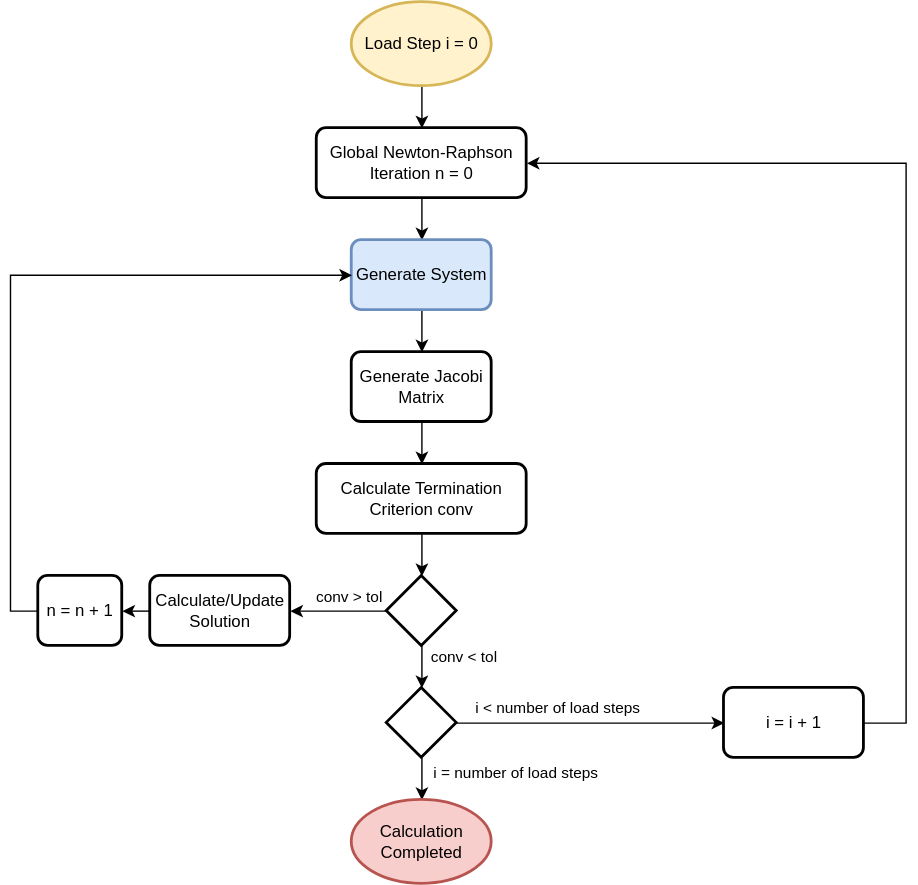
Earlier version of the draw.io export images/workflow_FEA.svg (ttz-emo/ElastoPlasticity-IsotropicHardening). Source tidied: cells renumbered, new cells last; positions are measured from the earlier drawing's top-left corner, leaving out a move shared by most shapes.
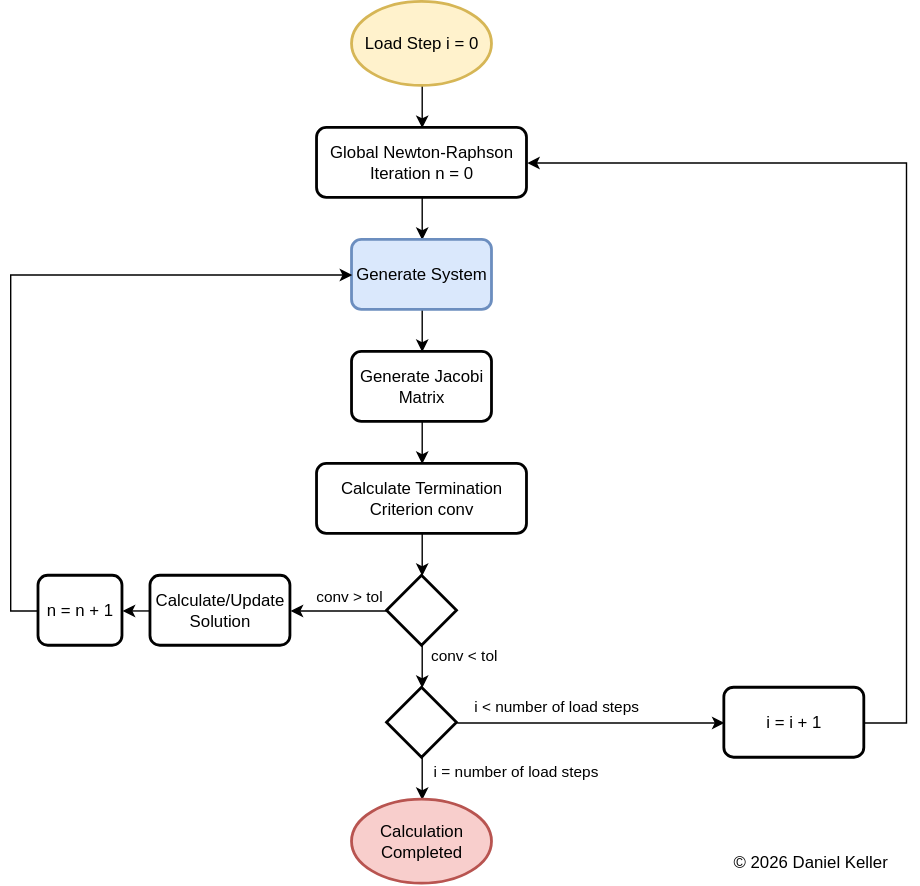
Later version of the same file.

Diff of the diagram source:
```diff
@@ -101,5 +101,8 @@
     <mxCell id="28" value="n = n + 1" style="rounded=1;whiteSpace=wrap;html=1;absoluteArcSize=1;arcSize=14;strokeWidth=2;" parent="1" vertex="1">
       <mxGeometry x="20" y="410" width="60" height="50" as="geometry" />
     </mxCell>
+    <mxCell id="29" value="© 2026 Daniel Keller" style="text;whiteSpace=wrap;align=center;verticalAlign=middle;" parent="1" vertex="1">
+      <mxGeometry x="505" y="600" width="134" height="30" as="geometry" />
+    </mxCell>
   </root>
 </mxGraphModel>
```
